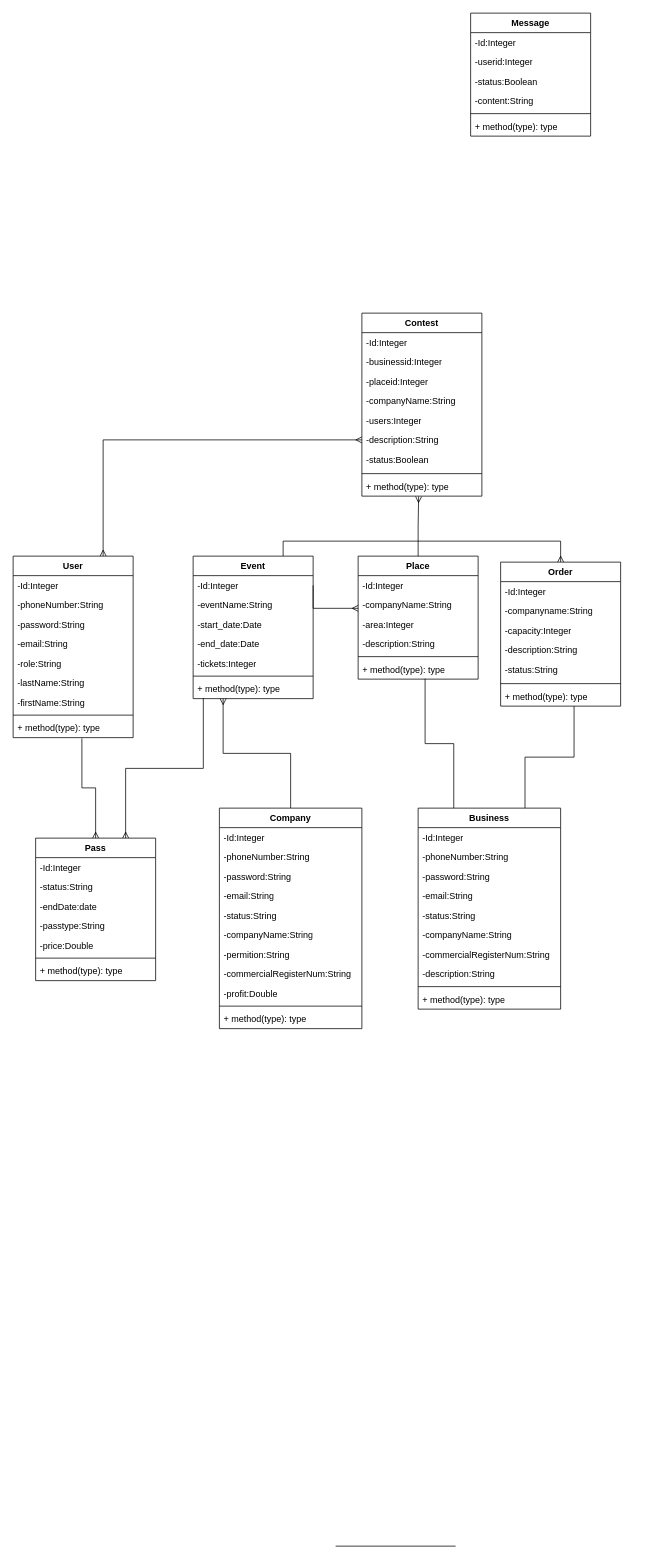
This is Capstone3Diagram.drawio from Ab700700/Capstone3, a draw.io file, before an edit. Source tidied: cells renumbered, new cells numbered last; positions are measured from the earlier drawing's top-left corner, leaving out a move shared by most shapes. Both pictures are drawn from the tidied source at 75%, with x=0, y=0 at pixel (13, 13).
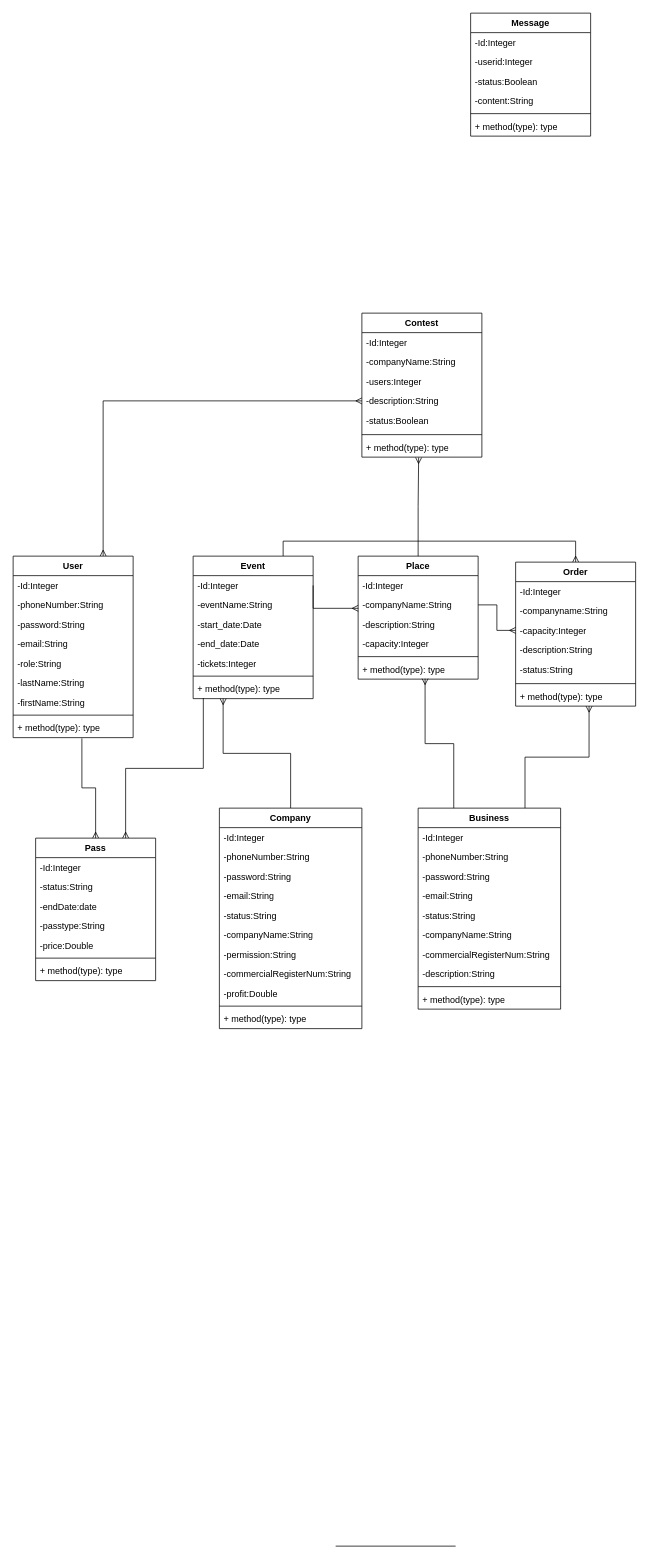
The same diagram, later.

Unchanged cells that the change refers to:
```xml
<mxCell id="22" value="Place" style="swimlane;fontStyle=1;align=center;verticalAlign=top;horizontal=1;startSize=26;whiteSpace=wrap;html=1;" parent="1" vertex="1">
  <mxGeometry x="460" y="724" width="160" height="164" as="geometry" />
</mxCell>
<mxCell id="24" value="-companyName:String" style="text;strokeColor=none;fillColor=none;align=left;verticalAlign=top;spacingLeft=4;spacingRight=4;overflow=hidden;points=[[0,0.5],[1,0.5]];portConstraint=eastwest;whiteSpace=wrap;html=1;" parent="22" vertex="1">
  <mxGeometry y="52" width="160" height="26" as="geometry" />
</mxCell>
<mxCell id="28" value="+ method(type): type" style="text;strokeColor=none;fillColor=none;align=left;verticalAlign=top;spacingLeft=4;spacingRight=4;overflow=hidden;points=[[0,0.5],[1,0.5]];portConstraint=eastwest;whiteSpace=wrap;html=1;" parent="22" vertex="1">
  <mxGeometry y="138" width="160" height="26" as="geometry" />
</mxCell>
<mxCell id="32" value="-capacity:Integer" style="text;strokeColor=none;fillColor=none;align=left;verticalAlign=top;spacingLeft=4;spacingRight=4;overflow=hidden;points=[[0,0.5],[1,0.5]];portConstraint=eastwest;whiteSpace=wrap;html=1;" parent="29" vertex="1">
  <mxGeometry y="78" width="160" height="26" as="geometry" />
</mxCell>
<mxCell id="36" value="+ method(type): type" style="text;strokeColor=none;fillColor=none;align=left;verticalAlign=top;spacingLeft=4;spacingRight=4;overflow=hidden;points=[[0,0.5],[1,0.5]];portConstraint=eastwest;whiteSpace=wrap;html=1;" parent="29" vertex="1">
  <mxGeometry y="166" width="160" height="26" as="geometry" />
</mxCell>
<mxCell id="64" value="Company" style="swimlane;fontStyle=1;align=center;verticalAlign=top;horizontal=1;startSize=26;whiteSpace=wrap;html=1;" parent="1" vertex="1">
  <mxGeometry x="275" y="1060" width="190" height="294" as="geometry" />
</mxCell>
<mxCell id="76" value="Business" style="swimlane;fontStyle=1;align=center;verticalAlign=top;horizontal=1;startSize=26;whiteSpace=wrap;html=1;" parent="1" vertex="1">
  <mxGeometry x="540" y="1060" width="190" height="268" as="geometry" />
</mxCell>
```

What changed in the source:
```diff
@@
-    <mxCell id="25" value="-area:Integer" style="text;strokeColor=none;fillColor=none;align=left;verticalAlign=top;spacingLeft=4;spacingRight=4;overflow=hidden;whiteSpace=wrap;html=1;" parent="22" vertex="1">
-      <mxGeometry y="78" width="160" height="26" as="geometry" />
-    </mxCell>
     <mxCell id="26" value="-description:String" style="text;strokeColor=none;fillColor=none;align=left;verticalAlign=top;spacingLeft=4;spacingRight=4;overflow=hidden;whiteSpace=wrap;html=1;" parent="22" vertex="1">
-      <mxGeometry y="104" width="160" height="26" as="geometry" />
+      <mxGeometry y="78" width="160" height="26" as="geometry" />
     </mxCell>
+    <mxCell id="93" value="-capacity:Integer" style="text;strokeColor=none;fillColor=none;align=left;verticalAlign=top;spacingLeft=4;spacingRight=4;overflow=hidden;whiteSpace=wrap;html=1;" parent="22" vertex="1">
+      <mxGeometry y="104" width="160" height="26" as="geometry" />
+    </mxCell>
@@
     <mxCell id="29" value="Order" style="swimlane;fontStyle=1;align=center;verticalAlign=top;horizontal=1;startSize=26;whiteSpace=wrap;html=1;" parent="1" vertex="1">
-      <mxGeometry x="650" y="732" width="160" height="192" as="geometry" />
+      <mxGeometry x="670" y="732" width="160" height="192" as="geometry" />
     </mxCell>
@@
     <mxCell id="45" value="Contest" style="swimlane;fontStyle=1;align=center;verticalAlign=top;horizontal=1;startSize=26;whiteSpace=wrap;html=1;" parent="1" vertex="1">
-      <mxGeometry x="465" y="400" width="160" height="244" as="geometry" />
+      <mxGeometry x="465" y="400" width="160" height="192" as="geometry" />
     </mxCell>
@@
-    <mxCell id="47" value="-businessid:Integer" style="text;strokeColor=none;fillColor=none;align=left;verticalAlign=top;spacingLeft=4;spacingRight=4;overflow=hidden;whiteSpace=wrap;html=1;" parent="45" vertex="1">
-      <mxGeometry y="52" width="160" height="26" as="geometry" />
-    </mxCell>
-    <mxCell id="48" value="-placeid:Integer" style="text;strokeColor=none;fillColor=none;align=left;verticalAlign=top;spacingLeft=4;spacingRight=4;overflow=hidden;whiteSpace=wrap;html=1;" parent="45" vertex="1">
-      <mxGeometry y="78" width="160" height="26" as="geometry" />
-    </mxCell>
     <mxCell id="49" value="-companyName:String" style="text;strokeColor=none;fillColor=none;align=left;verticalAlign=top;spacingLeft=4;spacingRight=4;overflow=hidden;whiteSpace=wrap;html=1;" parent="45" vertex="1">
-      <mxGeometry y="104" width="160" height="26" as="geometry" />
+      <mxGeometry y="52" width="160" height="26" as="geometry" />
     </mxCell>
     <mxCell id="50" value="-users:Integer" style="text;strokeColor=none;fillColor=none;align=left;verticalAlign=top;spacingLeft=4;spacingRight=4;overflow=hidden;whiteSpace=wrap;html=1;" parent="45" vertex="1">
-      <mxGeometry y="130" width="160" height="26" as="geometry" />
+      <mxGeometry y="78" width="160" height="26" as="geometry" />
     </mxCell>
     <mxCell id="51" value="-description:String" style="text;strokeColor=none;fillColor=none;align=left;verticalAlign=top;spacingLeft=4;spacingRight=4;overflow=hidden;points=[[0,0.5],[1,0.5]];portConstraint=eastwest;whiteSpace=wrap;html=1;" parent="45" vertex="1">
-      <mxGeometry y="156" width="160" height="26" as="geometry" />
+      <mxGeometry y="104" width="160" height="26" as="geometry" />
     </mxCell>
     <mxCell id="52" value="-status:Boolean" style="text;strokeColor=none;fillColor=none;align=left;verticalAlign=top;spacingLeft=4;spacingRight=4;overflow=hidden;whiteSpace=wrap;html=1;" parent="45" vertex="1">
-      <mxGeometry y="182" width="160" height="28" as="geometry" />
+      <mxGeometry y="130" width="160" height="28" as="geometry" />
     </mxCell>
     <mxCell id="53" style="line;strokeWidth=1;fillColor=none;align=left;verticalAlign=middle;spacingTop=-1;spacingLeft=3;spacingRight=3;labelPosition=right;strokeColor=inherit;" parent="45" vertex="1">
-      <mxGeometry y="210" width="160" height="8" as="geometry" />
+      <mxGeometry y="158" width="160" height="8" as="geometry" />
     </mxCell>
     <mxCell id="54" value="+ method(type): type" style="text;strokeColor=none;fillColor=none;align=left;verticalAlign=top;spacingLeft=4;spacingRight=4;overflow=hidden;points=[[0,0.5],[1,0.5]];portConstraint=eastwest;whiteSpace=wrap;html=1;" parent="45" vertex="1">
-      <mxGeometry y="218" width="160" height="26" as="geometry" />
+      <mxGeometry y="166" width="160" height="26" as="geometry" />
     </mxCell>
@@
-    <mxCell id="71" value="-permition:String" style="text;strokeColor=none;fillColor=none;align=left;verticalAlign=top;spacingLeft=4;spacingRight=4;overflow=hidden;whiteSpace=wrap;html=1;" parent="64" vertex="1">
+    <mxCell id="71" value="-permission:String" style="text;strokeColor=none;fillColor=none;align=left;verticalAlign=top;spacingLeft=4;spacingRight=4;overflow=hidden;whiteSpace=wrap;html=1;" parent="64" vertex="1">
       <mxGeometry y="182" width="190" height="26" as="geometry" />
     </mxCell>
@@
-    <mxCell id="87" style="edgeStyle=orthogonalEdgeStyle;rounded=0;jettySize=auto;html=1;exitX=0.75;exitY=0;exitDx=0;exitDy=0;entryX=0.612;entryY=1;entryDx=0;entryDy=0;entryPerimeter=0;endArrow=none;endFill=0;" parent="1" edge="1" source="76" target="36">
+    <mxCell id="87" style="edgeStyle=orthogonalEdgeStyle;rounded=0;jettySize=auto;html=1;exitX=0.75;exitY=0;exitDx=0;exitDy=0;entryX=0.612;entryY=1;entryDx=0;entryDy=0;entryPerimeter=0;endArrow=ERmany;endFill=0;" parent="1" edge="1" source="76" target="36">
       <mxGeometry relative="1" as="geometry" />
     </mxCell>
-    <mxCell id="88" style="edgeStyle=orthogonalEdgeStyle;rounded=0;jettySize=auto;html=1;exitX=0.25;exitY=0;exitDx=0;exitDy=0;entryX=0.558;entryY=0.974;entryDx=0;entryDy=0;entryPerimeter=0;endArrow=none;endFill=0;" parent="1" edge="1" source="76" target="28">
+    <mxCell id="88" style="edgeStyle=orthogonalEdgeStyle;rounded=0;jettySize=auto;html=1;exitX=0.25;exitY=0;exitDx=0;exitDy=0;entryX=0.558;entryY=0.974;entryDx=0;entryDy=0;entryPerimeter=0;endArrow=ERmany;endFill=0;startArrow=none;startFill=0;" parent="1" edge="1" source="76" target="28">
       <mxGeometry relative="1" as="geometry" />
     </mxCell>
@@
+    <mxCell id="94" style="edgeStyle=orthogonalEdgeStyle;rounded=0;jettySize=auto;html=1;exitX=1;exitY=0.5;exitDx=0;exitDy=0;entryX=0;entryY=0.5;entryDx=0;entryDy=0;endArrow=ERmany;endFill=0;" parent="1" edge="1" source="24" target="32">
+      <mxGeometry relative="1" as="geometry" />
+    </mxCell>
```
